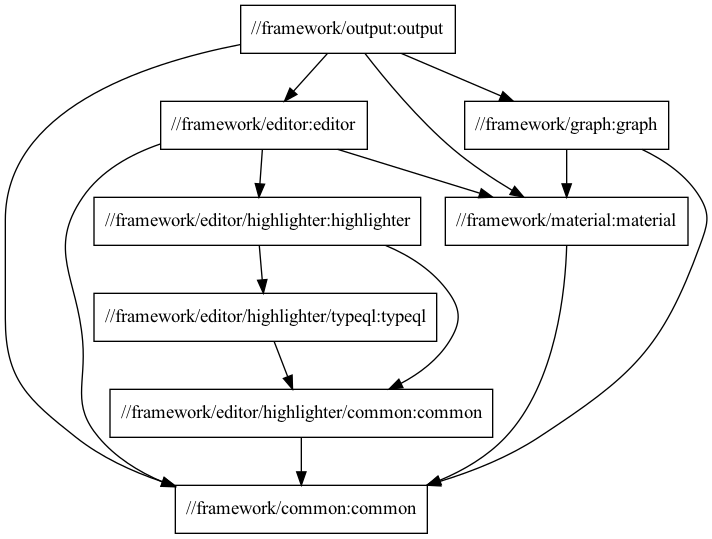
typedb/typedb-studio keeps this Graphviz diagram as docs/framework-package-structure.png. Above is the earlier version. Its source is kept beside it as docs/framework-package-structure.dot. Source of this version:
```dot
digraph mygraph {
  node [shape=box];
  "//framework/output:output"
  "//framework/output:output" -> "//framework/common:common"
  "//framework/output:output" -> "//framework/editor:editor"
  "//framework/output:output" -> "//framework/graph:graph"
  "//framework/output:output" -> "//framework/material:material"
  "//framework/graph:graph"
  "//framework/graph:graph" -> "//framework/common:common"
  "//framework/graph:graph" -> "//framework/material:material"
  "//framework/editor:editor"
  "//framework/editor:editor" -> "//framework/common:common"
  "//framework/editor:editor" -> "//framework/editor/highlighter:highlighter"
  "//framework/editor:editor" -> "//framework/material:material"
  "//framework/material:material"
  "//framework/material:material" -> "//framework/common:common"
  "//framework/editor/highlighter:highlighter"
  "//framework/editor/highlighter:highlighter" -> "//framework/editor/highlighter/common:common"
  "//framework/editor/highlighter:highlighter" -> "//framework/editor/highlighter/typeql:typeql"
  "//framework/editor/highlighter/typeql:typeql"
  "//framework/editor/highlighter/typeql:typeql" -> "//framework/editor/highlighter/common:common"
  "//framework/editor/highlighter/common:common"
  "//framework/editor/highlighter/common:common" -> "//framework/common:common"
  "//framework/common:common"
}
```
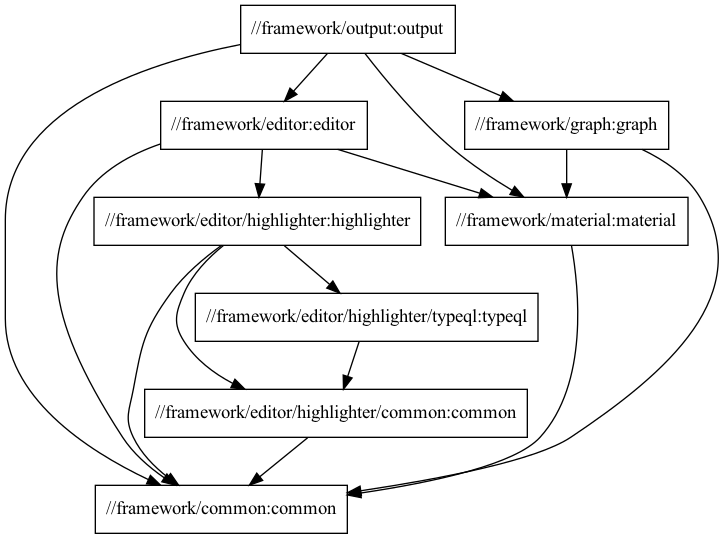
Later version of the same file.

The edit, as a diff of the source:
```diff
@@ -17,6 +17,7 @@
   "//framework/editor/highlighter:highlighter"
   "//framework/editor/highlighter:highlighter" -> "//framework/editor/highlighter/common:common"
   "//framework/editor/highlighter:highlighter" -> "//framework/editor/highlighter/typeql:typeql"
+  "//framework/editor/highlighter:highlighter" -> "//framework/common:common"
   "//framework/editor/highlighter/typeql:typeql"
   "//framework/editor/highlighter/typeql:typeql" -> "//framework/editor/highlighter/common:common"
   "//framework/editor/highlighter/common:common"
```
